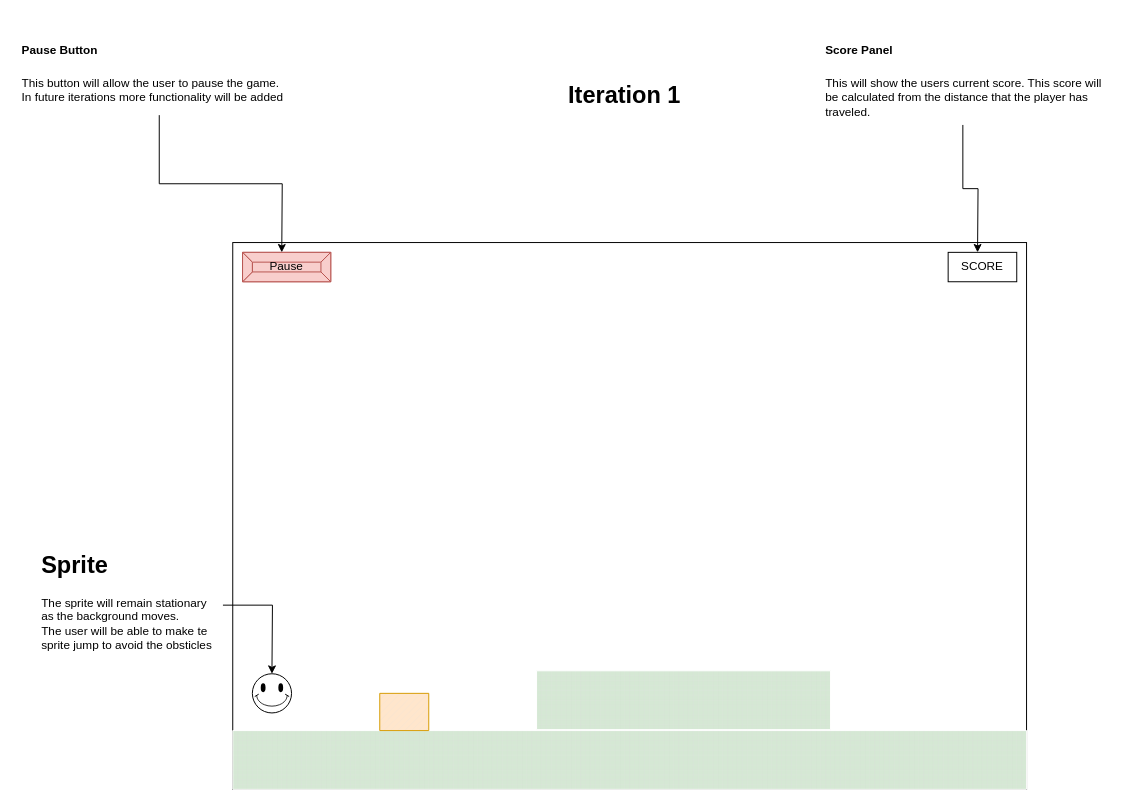
Above: Project/UI Design.drawio in zveric/Computer-Science-Notes (draw.io), before the change. Source tidied: cells renumbered, new cells numbered last; positions are measured from the earlier drawing's top-left corner, leaving out a move shared by most shapes. Both pictures are drawn from the tidied source at 98%, with x=0, y=0 at pixel (17, 26).
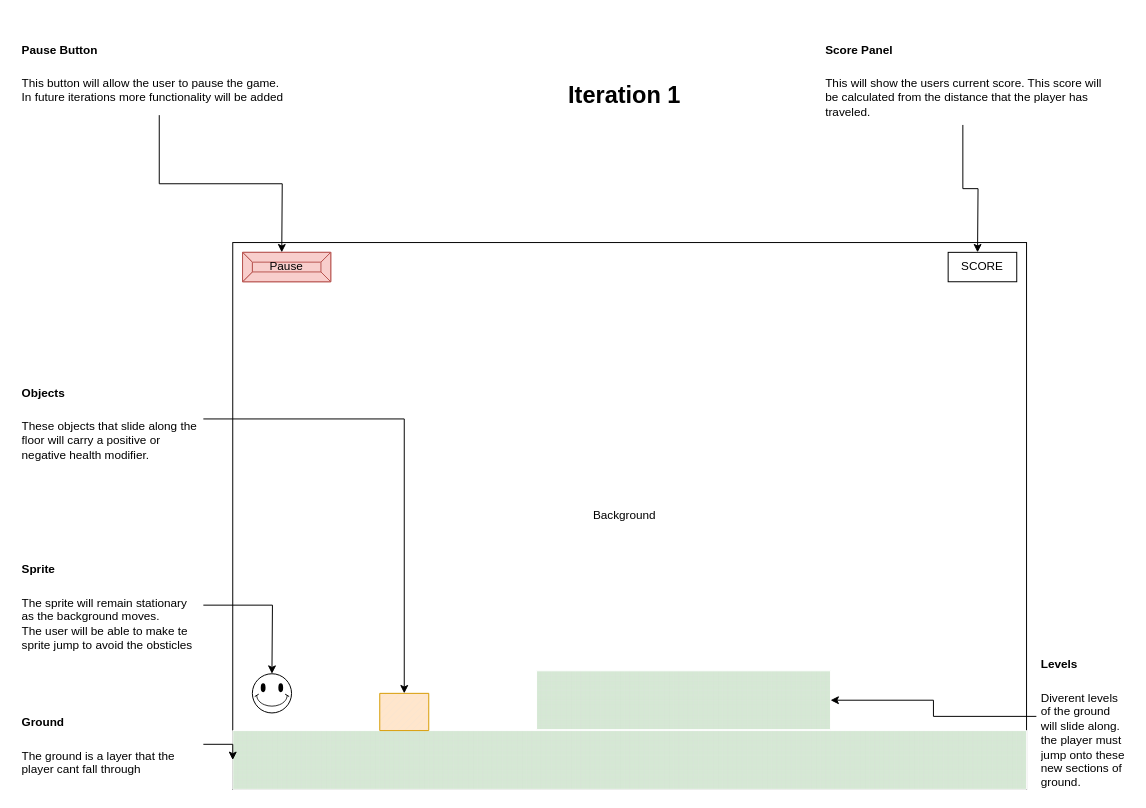
Above is the later version.

Unchanged cells that the change refers to:
```xml
<mxCell id="7" style="verticalLabelPosition=bottom;verticalAlign=top;html=1;shape=mxgraph.basic.patternFillRect;fillStyle=grid;step=5;fillStrokeWidth=0.2;fillStrokeColor=#dddddd;fillColor=#d5e8d4;strokeColor=#ffffff;" parent="1" vertex="1">
  <mxGeometry x="220" y="718" width="810" height="60" as="geometry" />
</mxCell>
<mxCell id="8" style="verticalLabelPosition=bottom;verticalAlign=top;html=1;shape=mxgraph.basic.patternFillRect;fillStyle=diag;step=5;fillStrokeWidth=0.2;fillStrokeColor=#dddddd;fillColor=#ffe6cc;strokeColor=#d79b00;" parent="1" vertex="1">
  <mxGeometry x="370" y="680" width="50" height="38" as="geometry" />
</mxCell>
<mxCell id="15" style="verticalLabelPosition=bottom;verticalAlign=top;html=1;shape=mxgraph.basic.patternFillRect;fillStyle=grid;step=5;fillStrokeWidth=0.2;fillStrokeColor=#dddddd;fillColor=#d5e8d4;strokeColor=#ffffff;" parent="1" vertex="1">
  <mxGeometry x="530" y="657" width="300" height="60" as="geometry" />
</mxCell>
```

Diff of the diagram source:
```diff
@@
-    <mxCell id="14" value="&lt;h1&gt;Sprite&lt;/h1&gt;&lt;div&gt;The sprite will remain stationary as the background moves.&lt;/div&gt;&lt;div&gt;The user will be able to make te sprite jump to avoid the obsticles&lt;/div&gt;" style="text;html=1;strokeColor=none;fillColor=none;spacing=5;spacingTop=-20;whiteSpace=wrap;overflow=hidden;rounded=0;" parent="1" vertex="1">
-      <mxGeometry x="20" y="530" width="190" height="120" as="geometry" />
+    <mxCell id="14" value="&lt;h1&gt;&lt;font style=&quot;font-size: 12px;&quot;&gt;Sprite&lt;/font&gt;&lt;/h1&gt;&lt;div&gt;&lt;font style=&quot;font-size: 12px;&quot;&gt;The sprite will remain stationary as the background moves.&lt;/font&gt;&lt;/div&gt;&lt;div&gt;&lt;font style=&quot;font-size: 12px;&quot;&gt;The user will be able to make te sprite jump to avoid the obsticles&lt;/font&gt;&lt;/div&gt;" style="text;html=1;strokeColor=none;fillColor=none;spacing=5;spacingTop=-20;whiteSpace=wrap;overflow=hidden;rounded=0;" parent="1" vertex="1">
+      <mxGeometry y="530" width="190" height="120" as="geometry" />
     </mxCell>
@@
+    <mxCell id="16" value="Background" style="text;html=1;strokeColor=none;fillColor=none;align=center;verticalAlign=middle;whiteSpace=wrap;rounded=0;" parent="1" vertex="1">
+      <mxGeometry x="590" y="484" width="60" height="30" as="geometry" />
+    </mxCell>
+    <mxCell id="17" value="&lt;h1&gt;&lt;font style=&quot;font-size: 12px;&quot;&gt;Levels&lt;/font&gt;&lt;/h1&gt;&lt;div&gt;&lt;font style=&quot;font-size: 12px;&quot;&gt;Diverent levels of the ground will slide along. the player must jump onto these new sections of ground.&lt;/font&gt;&lt;/div&gt;" style="text;html=1;strokeColor=none;fillColor=none;spacing=5;spacingTop=-20;whiteSpace=wrap;overflow=hidden;rounded=0;" parent="1" vertex="1">
+      <mxGeometry x="1040" y="627" width="95" height="153" as="geometry" />
+    </mxCell>
+    <mxCell id="18" value="&lt;h1&gt;&lt;font style=&quot;font-size: 12px;&quot;&gt;Ground&lt;/font&gt;&lt;/h1&gt;&lt;div&gt;&lt;font style=&quot;font-size: 12px;&quot;&gt;The ground is a layer that the player cant fall through&lt;/font&gt;&lt;/div&gt;" style="text;html=1;strokeColor=none;fillColor=none;spacing=5;spacingTop=-20;whiteSpace=wrap;overflow=hidden;rounded=0;" parent="1" vertex="1">
+      <mxGeometry y="686" width="190" height="92" as="geometry" />
+    </mxCell>
+    <mxCell id="19" value="&lt;h1&gt;&lt;font style=&quot;font-size: 12px;&quot;&gt;Objects&lt;/font&gt;&lt;/h1&gt;&lt;div&gt;These objects that slide along the floor will carry a positive or negative health modifier.&lt;/div&gt;" style="text;html=1;strokeColor=none;fillColor=none;spacing=5;spacingTop=-20;whiteSpace=wrap;overflow=hidden;rounded=0;" parent="1" vertex="1">
+      <mxGeometry y="350" width="190" height="100" as="geometry" />
+    </mxCell>
+    <mxCell id="20" style="edgeStyle=orthogonalEdgeStyle;rounded=0;jettySize=auto;html=1;exitX=1;exitY=0.5;exitDx=0;exitDy=0;entryX=0;entryY=0.5;entryDx=0;entryDy=0;entryPerimeter=0;" parent="1" edge="1" source="18" target="7">
+      <mxGeometry relative="1" as="geometry" />
+    </mxCell>
+    <mxCell id="21" style="edgeStyle=orthogonalEdgeStyle;rounded=0;jettySize=auto;html=1;exitX=1;exitY=0.5;exitDx=0;exitDy=0;entryX=0.5;entryY=0;entryDx=0;entryDy=0;entryPerimeter=0;" parent="1" edge="1" source="19" target="8">
+      <mxGeometry relative="1" as="geometry" />
+    </mxCell>
+    <mxCell id="22" style="edgeStyle=orthogonalEdgeStyle;rounded=0;jettySize=auto;html=1;exitX=0;exitY=0.5;exitDx=0;exitDy=0;entryX=1;entryY=0.5;entryDx=0;entryDy=0;entryPerimeter=0;" parent="1" edge="1" source="17" target="15">
+      <mxGeometry relative="1" as="geometry" />
+    </mxCell>
```
